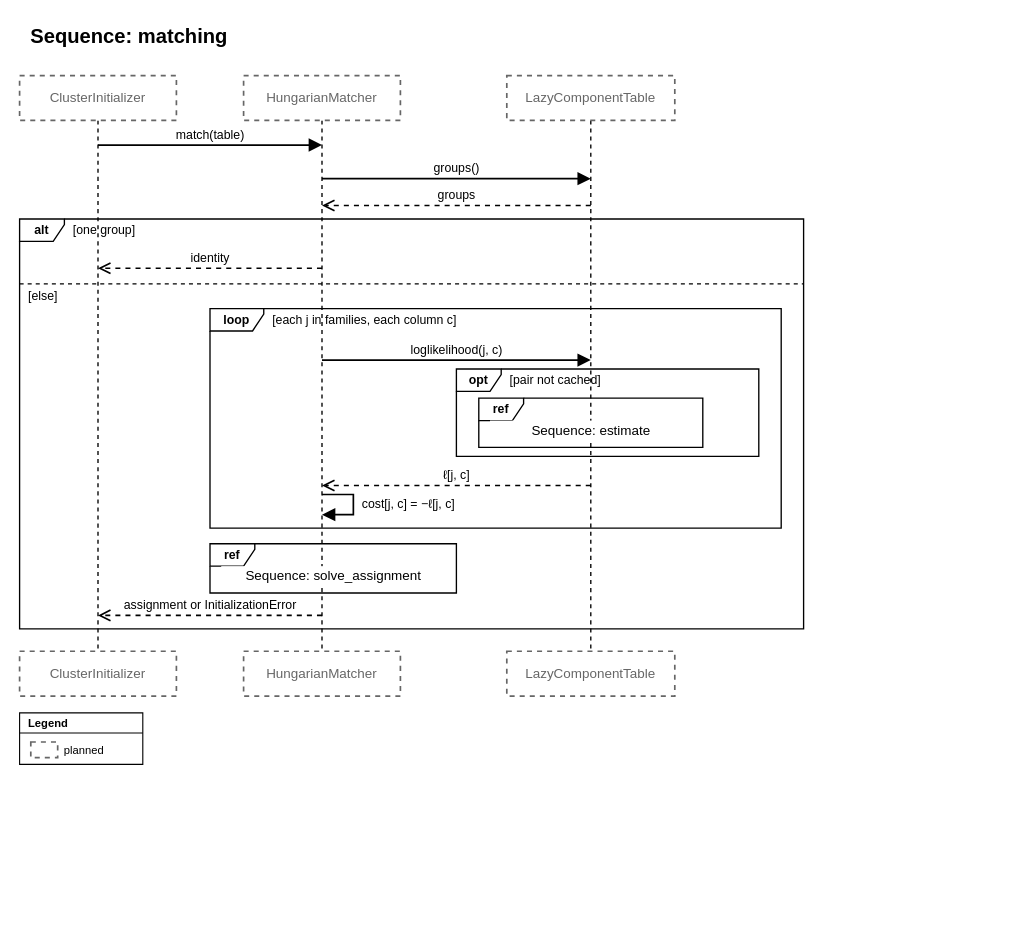
The draw.io diagram page "Sequence: matching" (4 of 7) of docs/source/design/modules/initializers/diagrams/initializers.drawio in PySATL/pysatl-mpest, before the edit. Source tidied: cells renumbered, new cells numbered last; positions are measured from the earlier drawing's top-left corner, leaving out a move shared by most shapes. Both pictures are drawn from the tidied source at 112%, with x=0, y=0 at pixel (19, 19).
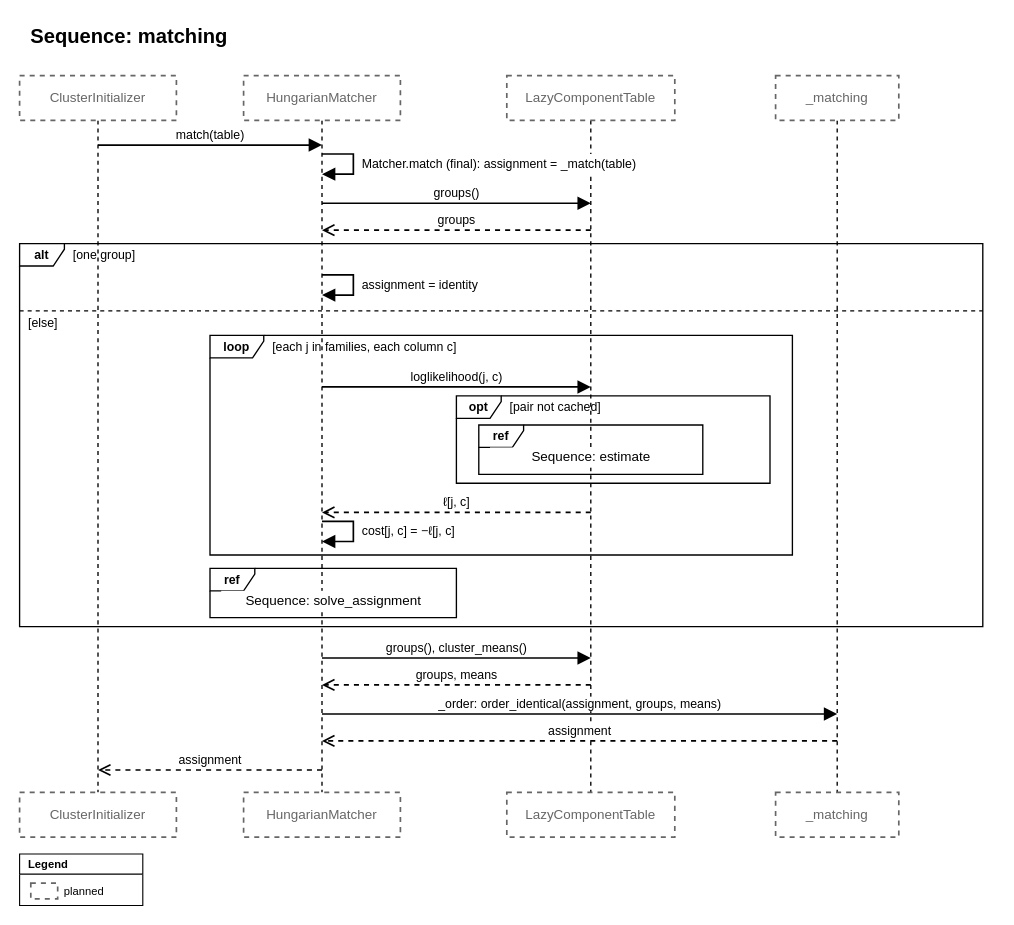
The same page after the edit.

The edit, as a diff of the source:
```diff
@@
-    <mxCell id="3" style="html=1;rounded=0;dashed=1;endArrow=none;strokeColor=#000000;strokeWidth=1.2;" parent="1" edge="1">
-      <mxGeometry relative="1" as="geometry">
-        <mxPoint x="70" y="90" as="sourcePoint" />
-        <mxPoint x="70" y="564" as="targetPoint" />
-      </mxGeometry>
-    </mxCell>
-    <mxCell id="4" value="ClusterInitializer" style="rounded=0;whiteSpace=wrap;html=1;fillColor=#ffffff;strokeColor=#666666;strokeWidth=1.5;fontSize=12;fontFamily=Helvetica;fontColor=#666666;dashed=1;" parent="1" vertex="1">
-      <mxGeometry y="50" width="140" height="40" as="geometry" />
-    </mxCell>
-    <mxCell id="5" value="ClusterInitializer" style="rounded=0;whiteSpace=wrap;html=1;fillColor=#ffffff;strokeColor=#666666;strokeWidth=1.5;fontSize=12;fontFamily=Helvetica;fontColor=#666666;dashed=1;" parent="1" vertex="1">
-      <mxGeometry y="564" width="140" height="40" as="geometry" />
-    </mxCell>
-    <mxCell id="6" style="html=1;rounded=0;dashed=1;endArrow=none;strokeColor=#000000;strokeWidth=1.2;" parent="1" edge="1">
-      <mxGeometry relative="1" as="geometry">
-        <mxPoint x="270" y="90" as="sourcePoint" />
-        <mxPoint x="270" y="564" as="targetPoint" />
-      </mxGeometry>
-    </mxCell>
+    <mxCell id="36" style="html=1;rounded=0;dashed=1;endArrow=none;strokeColor=#000000;strokeWidth=1.2;" parent="1" edge="1">
+      <mxGeometry relative="1" as="geometry">
+        <mxPoint x="70" y="90" as="sourcePoint" />
+        <mxPoint x="70" y="690" as="targetPoint" />
+      </mxGeometry>
+    </mxCell>
+    <mxCell id="11" value="ClusterInitializer" style="rounded=0;whiteSpace=wrap;html=1;fillColor=#ffffff;strokeColor=#666666;strokeWidth=1.5;fontSize=12;fontFamily=Helvetica;fontColor=#666666;dashed=1;" parent="1" vertex="1">
+      <mxGeometry y="50" width="140" height="40" as="geometry" />
+    </mxCell>
+    <mxCell id="37" value="ClusterInitializer" style="rounded=0;whiteSpace=wrap;html=1;fillColor=#ffffff;strokeColor=#666666;strokeWidth=1.5;fontSize=12;fontFamily=Helvetica;fontColor=#666666;dashed=1;" parent="1" vertex="1">
+      <mxGeometry y="690" width="140" height="40" as="geometry" />
+    </mxCell>
+    <mxCell id="38" style="html=1;rounded=0;dashed=1;endArrow=none;strokeColor=#000000;strokeWidth=1.2;" parent="1" edge="1">
+      <mxGeometry relative="1" as="geometry">
+        <mxPoint x="270" y="90" as="sourcePoint" />
+        <mxPoint x="270" y="690" as="targetPoint" />
+      </mxGeometry>
+    </mxCell>
@@
     <mxCell id="8" value="HungarianMatcher" style="rounded=0;whiteSpace=wrap;html=1;fillColor=#ffffff;strokeColor=#666666;strokeWidth=1.5;fontSize=12;fontFamily=Helvetica;fontColor=#666666;dashed=1;" parent="1" vertex="1">
-      <mxGeometry x="200" y="564" width="140" height="40" as="geometry" />
+      <mxGeometry x="200" y="690" width="140" height="40" as="geometry" />
     </mxCell>
-    <mxCell id="9" style="html=1;rounded=0;dashed=1;endArrow=none;strokeColor=#000000;strokeWidth=1.2;" parent="1" edge="1">
-      <mxGeometry relative="1" as="geometry">
-        <mxPoint x="510" y="90" as="sourcePoint" />
-        <mxPoint x="510" y="564" as="targetPoint" />
-      </mxGeometry>
-    </mxCell>
+    <mxCell id="39" style="html=1;rounded=0;dashed=1;endArrow=none;strokeColor=#000000;strokeWidth=1.2;" parent="1" edge="1">
+      <mxGeometry relative="1" as="geometry">
+        <mxPoint x="510" y="90" as="sourcePoint" />
+        <mxPoint x="510" y="690" as="targetPoint" />
+      </mxGeometry>
+    </mxCell>
@@
-    <mxCell id="11" value="LazyComponentTable" style="rounded=0;whiteSpace=wrap;html=1;fillColor=#ffffff;strokeColor=#666666;strokeWidth=1.5;fontSize=12;fontFamily=Helvetica;fontColor=#666666;dashed=1;" parent="1" vertex="1">
-      <mxGeometry x="435" y="564" width="150" height="40" as="geometry" />
-    </mxCell>
+    <mxCell id="40" value="LazyComponentTable" style="rounded=0;whiteSpace=wrap;html=1;fillColor=#ffffff;strokeColor=#666666;strokeWidth=1.5;fontSize=12;fontFamily=Helvetica;fontColor=#666666;dashed=1;" parent="1" vertex="1">
+      <mxGeometry x="435" y="690" width="150" height="40" as="geometry" />
+    </mxCell>
+    <mxCell id="41" style="html=1;rounded=0;dashed=1;endArrow=none;strokeColor=#000000;strokeWidth=1.2;" parent="1" edge="1">
+      <mxGeometry relative="1" as="geometry">
+        <mxPoint x="730" y="90" as="sourcePoint" />
+        <mxPoint x="730" y="690" as="targetPoint" />
+      </mxGeometry>
+    </mxCell>
+    <mxCell id="42" value="_matching" style="rounded=0;whiteSpace=wrap;html=1;fillColor=#ffffff;strokeColor=#666666;strokeWidth=1.5;fontSize=12;fontFamily=Helvetica;fontColor=#666666;dashed=1;" parent="1" vertex="1">
+      <mxGeometry x="675" y="50" width="110" height="40" as="geometry" />
+    </mxCell>
+    <mxCell id="43" value="_matching" style="rounded=0;whiteSpace=wrap;html=1;fillColor=#ffffff;strokeColor=#666666;strokeWidth=1.5;fontSize=12;fontFamily=Helvetica;fontColor=#666666;dashed=1;" parent="1" vertex="1">
+      <mxGeometry x="675" y="690" width="110" height="40" as="geometry" />
+    </mxCell>
@@
+    <mxCell id="44" style="endArrow=block;endFill=1;html=1;rounded=0;endSize=8;strokeColor=#000000;strokeWidth=1.5;fontSize=11;labelBackgroundColor=#ffffff;fontFamily=Helvetica;fontColor=#000000;" parent="1" edge="1">
+      <mxGeometry relative="1" as="geometry">
+        <mxPoint x="270" y="120" as="sourcePoint" />
+        <mxPoint x="270" y="138" as="targetPoint" />
+        <Array as="points">
+          <mxPoint x="298" y="120" />
+          <mxPoint x="298" y="138" />
+        </Array>
+      </mxGeometry>
+    </mxCell>
+    <mxCell id="45" value="Matcher.match (final): assignment = _match(table)" style="text;html=1;align=left;verticalAlign=middle;spacing=0;spacingLeft=2;spacingRight=2;fontSize=11;fillColor=#ffffff;fontFamily=Helvetica;fontColor=#000000;" parent="1" vertex="1">
+      <mxGeometry x="304" y="120" width="320" height="18" as="geometry" />
+    </mxCell>
     <mxCell id="13" value="groups()" style="endArrow=block;endFill=1;html=1;rounded=0;endSize=8;strokeColor=#000000;strokeWidth=1.5;fontSize=11;verticalAlign=bottom;labelBackgroundColor=#ffffff;fontFamily=Helvetica;fontColor=#000000;" parent="1" edge="1">
       <mxGeometry relative="1" as="geometry">
-        <mxPoint x="270" y="142" as="sourcePoint" />
-        <mxPoint x="510" y="142" as="targetPoint" />
+        <mxPoint x="270" y="164" as="sourcePoint" />
+        <mxPoint x="510" y="164" as="targetPoint" />
       </mxGeometry>
     </mxCell>
     <mxCell id="14" value="groups" style="dashed=1;endArrow=open;endFill=0;html=1;rounded=0;endSize=8;strokeColor=#000000;strokeWidth=1.5;fontSize=11;verticalAlign=bottom;labelBackgroundColor=#ffffff;fontFamily=Helvetica;fontColor=#000000;" parent="1" edge="1">
       <mxGeometry relative="1" as="geometry">
-        <mxPoint x="510" y="166" as="sourcePoint" />
-        <mxPoint x="270" y="166" as="targetPoint" />
+        <mxPoint x="510" y="188" as="sourcePoint" />
+        <mxPoint x="270" y="188" as="targetPoint" />
       </mxGeometry>
     </mxCell>
     <mxCell id="15" value="alt" style="shape=umlFrame;whiteSpace=wrap;html=1;fillColor=none;strokeColor=#000000;strokeWidth=1.2;fontSize=11;fontStyle=1;width=40;height=20;fontFamily=Helvetica;fontColor=#000000;" parent="1" vertex="1">
-      <mxGeometry y="178" width="700" height="366" as="geometry" />
+      <mxGeometry y="200" width="860" height="342" as="geometry" />
     </mxCell>
     <mxCell id="16" value="[one group]" style="text;html=1;align=left;verticalAlign=middle;spacing=0;fontSize=11;fontFamily=Helvetica;fontColor=#000000;" parent="1" vertex="1">
-      <mxGeometry x="48" y="180" width="648" height="16" as="geometry" />
+      <mxGeometry x="48" y="202" width="808" height="16" as="geometry" />
     </mxCell>
-    <mxCell id="17" value="identity" style="dashed=1;endArrow=open;endFill=0;html=1;rounded=0;endSize=8;strokeColor=#000000;strokeWidth=1.5;fontSize=11;verticalAlign=bottom;labelBackgroundColor=#ffffff;fontFamily=Helvetica;fontColor=#000000;" parent="1" edge="1">
-      <mxGeometry relative="1" as="geometry">
-        <mxPoint x="270" y="222" as="sourcePoint" />
-        <mxPoint x="70" y="222" as="targetPoint" />
-      </mxGeometry>
-    </mxCell>
-    <mxCell id="18" style="html=1;rounded=0;dashed=1;endArrow=none;strokeColor=#000000;strokeWidth=1.2;" parent="1" edge="1">
-      <mxGeometry relative="1" as="geometry">
-        <mxPoint y="236" as="sourcePoint" />
-        <mxPoint x="700" y="236" as="targetPoint" />
-      </mxGeometry>
-    </mxCell>
+    <mxCell id="46" style="endArrow=block;endFill=1;html=1;rounded=0;endSize=8;strokeColor=#000000;strokeWidth=1.5;fontSize=11;labelBackgroundColor=#ffffff;fontFamily=Helvetica;fontColor=#000000;" parent="1" edge="1">
+      <mxGeometry relative="1" as="geometry">
+        <mxPoint x="270" y="228" as="sourcePoint" />
+        <mxPoint x="270" y="246" as="targetPoint" />
+        <Array as="points">
+          <mxPoint x="298" y="228" />
+          <mxPoint x="298" y="246" />
+        </Array>
+      </mxGeometry>
+    </mxCell>
+    <mxCell id="47" value="assignment = identity" style="text;html=1;align=left;verticalAlign=middle;spacing=0;spacingLeft=2;spacingRight=2;fontSize=11;fillColor=#ffffff;fontFamily=Helvetica;fontColor=#000000;" parent="1" vertex="1">
+      <mxGeometry x="304" y="228" width="150" height="18" as="geometry" />
+    </mxCell>
+    <mxCell id="48" style="html=1;rounded=0;dashed=1;endArrow=none;strokeColor=#000000;strokeWidth=1.2;" parent="1" edge="1">
+      <mxGeometry relative="1" as="geometry">
+        <mxPoint y="260" as="sourcePoint" />
+        <mxPoint x="860" y="260" as="targetPoint" />
+      </mxGeometry>
+    </mxCell>
     <mxCell id="19" value="[else]" style="text;html=1;align=left;verticalAlign=middle;spacing=0;fontSize=11;fontFamily=Helvetica;fontColor=#000000;" parent="1" vertex="1">
-      <mxGeometry x="8" y="239" width="684" height="16" as="geometry" />
+      <mxGeometry x="8" y="263" width="844" height="16" as="geometry" />
     </mxCell>
-    <mxCell id="20" value="loop" style="shape=umlFrame;whiteSpace=wrap;html=1;fillColor=none;strokeColor=#000000;strokeWidth=1.2;fontSize=11;fontStyle=1;width=48;height=20;fontFamily=Helvetica;fontColor=#000000;" parent="1" vertex="1">
-      <mxGeometry x="170" y="258" width="510" height="196" as="geometry" />
-    </mxCell>
-    <mxCell id="21" value="[each j in families, each column c]" style="text;html=1;align=left;verticalAlign=middle;spacing=0;fontSize=11;fontFamily=Helvetica;fontColor=#000000;" parent="1" vertex="1">
-      <mxGeometry x="226" y="260" width="450" height="16" as="geometry" />
-    </mxCell>
-    <mxCell id="22" value="loglikelihood(j, c)" style="endArrow=block;endFill=1;html=1;rounded=0;endSize=8;strokeColor=#000000;strokeWidth=1.5;fontSize=11;verticalAlign=bottom;labelBackgroundColor=#ffffff;fontFamily=Helvetica;fontColor=#000000;" parent="1" edge="1">
-      <mxGeometry relative="1" as="geometry">
-        <mxPoint x="270" y="304" as="sourcePoint" />
-        <mxPoint x="510" y="304" as="targetPoint" />
-      </mxGeometry>
-    </mxCell>
-    <mxCell id="23" value="opt" style="shape=umlFrame;whiteSpace=wrap;html=1;fillColor=none;strokeColor=#000000;strokeWidth=1.2;fontSize=11;fontStyle=1;width=40;height=20;fontFamily=Helvetica;fontColor=#000000;" parent="1" vertex="1">
-      <mxGeometry x="390" y="312" width="270" height="78" as="geometry" />
+    <mxCell id="23" value="loop" style="shape=umlFrame;whiteSpace=wrap;html=1;fillColor=none;strokeColor=#000000;strokeWidth=1.2;fontSize=11;fontStyle=1;width=48;height=20;fontFamily=Helvetica;fontColor=#000000;" parent="1" vertex="1">
+      <mxGeometry x="170" y="282" width="520" height="196" as="geometry" />
     </mxCell>
-    <mxCell id="24" value="[pair not cached]" style="text;html=1;align=left;verticalAlign=middle;spacing=0;fontSize=11;fontFamily=Helvetica;fontColor=#000000;" parent="1" vertex="1">
-      <mxGeometry x="438" y="314" width="218" height="16" as="geometry" />
+    <mxCell id="24" value="[each j in families, each column c]" style="text;html=1;align=left;verticalAlign=middle;spacing=0;fontSize=11;fontFamily=Helvetica;fontColor=#000000;" parent="1" vertex="1">
+      <mxGeometry x="226" y="284" width="460" height="16" as="geometry" />
     </mxCell>
-    <mxCell id="25" value="ref" style="shape=umlFrame;whiteSpace=wrap;html=1;fillColor=none;strokeColor=#000000;strokeWidth=1.2;fontSize=11;fontStyle=1;width=40;height=20;fontFamily=Helvetica;fontColor=#000000;" parent="1" vertex="1">
-      <mxGeometry x="410" y="338" width="200" height="44" as="geometry" />
-    </mxCell>
+    <mxCell id="22" value="loglikelihood(j, c)" style="endArrow=block;endFill=1;html=1;rounded=0;endSize=8;strokeColor=#000000;strokeWidth=1.5;fontSize=11;verticalAlign=bottom;labelBackgroundColor=#ffffff;fontFamily=Helvetica;fontColor=#000000;" parent="1" edge="1">
+      <mxGeometry relative="1" as="geometry">
+        <mxPoint x="270" y="328" as="sourcePoint" />
+        <mxPoint x="510" y="328" as="targetPoint" />
+      </mxGeometry>
+    </mxCell>
+    <mxCell id="49" value="opt" style="shape=umlFrame;whiteSpace=wrap;html=1;fillColor=none;strokeColor=#000000;strokeWidth=1.2;fontSize=11;fontStyle=1;width=40;height=20;fontFamily=Helvetica;fontColor=#000000;" parent="1" vertex="1">
+      <mxGeometry x="390" y="336" width="280" height="78" as="geometry" />
+    </mxCell>
+    <mxCell id="50" value="[pair not cached]" style="text;html=1;align=left;verticalAlign=middle;spacing=0;fontSize=11;fontFamily=Helvetica;fontColor=#000000;" parent="1" vertex="1">
+      <mxGeometry x="438" y="338" width="228" height="16" as="geometry" />
+    </mxCell>
+    <mxCell id="51" value="ref" style="shape=umlFrame;whiteSpace=wrap;html=1;fillColor=none;strokeColor=#000000;strokeWidth=1.2;fontSize=11;fontStyle=1;width=40;height=20;fontFamily=Helvetica;fontColor=#000000;" parent="1" vertex="1">
+      <mxGeometry x="410" y="362" width="200" height="44" as="geometry" />
+    </mxCell>
     <mxCell id="26" value="Sequence: estimate" style="text;html=1;align=center;verticalAlign=middle;spacing=0;fontSize=12;fillColor=#ffffff;fontFamily=Helvetica;fontColor=#000000;" parent="1" vertex="1">
-      <mxGeometry x="420" y="358" width="180" height="18" as="geometry" />
+      <mxGeometry x="420" y="382" width="180" height="18" as="geometry" />
     </mxCell>
     <mxCell id="27" value="ℓ[j, c]" style="dashed=1;endArrow=open;endFill=0;html=1;rounded=0;endSize=8;strokeColor=#000000;strokeWidth=1.5;fontSize=11;verticalAlign=bottom;labelBackgroundColor=#ffffff;fontFamily=Helvetica;fontColor=#000000;" parent="1" edge="1">
       <mxGeometry relative="1" as="geometry">
-        <mxPoint x="510" y="416" as="sourcePoint" />
-        <mxPoint x="270" y="416" as="targetPoint" />
+        <mxPoint x="510" y="440" as="sourcePoint" />
+        <mxPoint x="270" y="440" as="targetPoint" />
       </mxGeometry>
     </mxCell>
-    <mxCell id="28" style="endArrow=block;endFill=1;html=1;rounded=0;endSize=8;strokeColor=#000000;strokeWidth=1.5;fontSize=11;labelBackgroundColor=#ffffff;fontFamily=Helvetica;fontColor=#000000;" parent="1" edge="1">
-      <mxGeometry relative="1" as="geometry">
-        <mxPoint x="270" y="424" as="sourcePoint" />
-        <mxPoint x="270" y="442" as="targetPoint" />
-        <Array as="points">
-          <mxPoint x="298" y="424" />
-          <mxPoint x="298" y="442" />
-        </Array>
-      </mxGeometry>
-    </mxCell>
+    <mxCell id="52" style="endArrow=block;endFill=1;html=1;rounded=0;endSize=8;strokeColor=#000000;strokeWidth=1.5;fontSize=11;labelBackgroundColor=#ffffff;fontFamily=Helvetica;fontColor=#000000;" parent="1" edge="1">
+      <mxGeometry relative="1" as="geometry">
+        <mxPoint x="270" y="448" as="sourcePoint" />
+        <mxPoint x="270" y="466" as="targetPoint" />
+        <Array as="points">
+          <mxPoint x="298" y="448" />
+          <mxPoint x="298" y="466" />
+        </Array>
+      </mxGeometry>
+    </mxCell>
     <mxCell id="29" value="cost[j, c] = −ℓ[j, c]" style="text;html=1;align=left;verticalAlign=middle;spacing=0;spacingLeft=2;spacingRight=2;fontSize=11;fillColor=#ffffff;fontFamily=Helvetica;fontColor=#000000;" parent="1" vertex="1">
-      <mxGeometry x="304" y="424" width="140" height="18" as="geometry" />
+      <mxGeometry x="304" y="448" width="140" height="18" as="geometry" />
     </mxCell>
-    <mxCell id="30" value="ref" style="shape=umlFrame;whiteSpace=wrap;html=1;fillColor=none;strokeColor=#000000;strokeWidth=1.2;fontSize=11;fontStyle=1;width=40;height=20;fontFamily=Helvetica;fontColor=#000000;" parent="1" vertex="1">
-      <mxGeometry x="170" y="468" width="220" height="44" as="geometry" />
-    </mxCell>
+    <mxCell id="53" value="ref" style="shape=umlFrame;whiteSpace=wrap;html=1;fillColor=none;strokeColor=#000000;strokeWidth=1.2;fontSize=11;fontStyle=1;width=40;height=20;fontFamily=Helvetica;fontColor=#000000;" parent="1" vertex="1">
+      <mxGeometry x="170" y="490" width="220" height="44" as="geometry" />
+    </mxCell>
     <mxCell id="31" value="Sequence: solve_assignment" style="text;html=1;align=center;verticalAlign=middle;spacing=0;fontSize=12;fillColor=#ffffff;fontFamily=Helvetica;fontColor=#000000;" parent="1" vertex="1">
-      <mxGeometry x="180" y="488" width="200" height="18" as="geometry" />
+      <mxGeometry x="180" y="510" width="200" height="18" as="geometry" />
     </mxCell>
-    <mxCell id="32" value="assignment or InitializationError" style="dashed=1;endArrow=open;endFill=0;html=1;rounded=0;endSize=8;strokeColor=#000000;strokeWidth=1.5;fontSize=11;verticalAlign=bottom;labelBackgroundColor=#ffffff;fontFamily=Helvetica;fontColor=#000000;" parent="1" edge="1">
-      <mxGeometry relative="1" as="geometry">
-        <mxPoint x="270" y="532" as="sourcePoint" />
-        <mxPoint x="70" y="532" as="targetPoint" />
-      </mxGeometry>
-    </mxCell>
+    <mxCell id="54" value="groups(), cluster_means()" style="endArrow=block;endFill=1;html=1;rounded=0;endSize=8;strokeColor=#000000;strokeWidth=1.5;fontSize=11;verticalAlign=bottom;labelBackgroundColor=#ffffff;fontFamily=Helvetica;fontColor=#000000;" parent="1" edge="1">
+      <mxGeometry relative="1" as="geometry">
+        <mxPoint x="270" y="570" as="sourcePoint" />
+        <mxPoint x="510" y="570" as="targetPoint" />
+      </mxGeometry>
+    </mxCell>
+    <mxCell id="55" value="groups, means" style="dashed=1;endArrow=open;endFill=0;html=1;rounded=0;endSize=8;strokeColor=#000000;strokeWidth=1.5;fontSize=11;verticalAlign=bottom;labelBackgroundColor=#ffffff;fontFamily=Helvetica;fontColor=#000000;" parent="1" edge="1">
+      <mxGeometry relative="1" as="geometry">
+        <mxPoint x="510" y="594" as="sourcePoint" />
+        <mxPoint x="270" y="594" as="targetPoint" />
+      </mxGeometry>
+    </mxCell>
+    <mxCell id="56" value="_order: order_identical(assignment, groups, means)" style="endArrow=block;endFill=1;html=1;rounded=0;endSize=8;strokeColor=#000000;strokeWidth=1.5;fontSize=11;verticalAlign=bottom;labelBackgroundColor=#ffffff;fontFamily=Helvetica;fontColor=#000000;" parent="1" edge="1">
+      <mxGeometry relative="1" as="geometry">
+        <mxPoint x="270" y="620" as="sourcePoint" />
+        <mxPoint x="730" y="620" as="targetPoint" />
+      </mxGeometry>
+    </mxCell>
+    <mxCell id="57" value="assignment" style="dashed=1;endArrow=open;endFill=0;html=1;rounded=0;endSize=8;strokeColor=#000000;strokeWidth=1.5;fontSize=11;verticalAlign=bottom;labelBackgroundColor=#ffffff;fontFamily=Helvetica;fontColor=#000000;" parent="1" edge="1">
+      <mxGeometry relative="1" as="geometry">
+        <mxPoint x="730" y="644" as="sourcePoint" />
+        <mxPoint x="270" y="644" as="targetPoint" />
+      </mxGeometry>
+    </mxCell>
+    <mxCell id="58" value="assignment" style="dashed=1;endArrow=open;endFill=0;html=1;rounded=0;endSize=8;strokeColor=#000000;strokeWidth=1.5;fontSize=11;verticalAlign=bottom;labelBackgroundColor=#ffffff;fontFamily=Helvetica;fontColor=#000000;" parent="1" edge="1">
+      <mxGeometry relative="1" as="geometry">
+        <mxPoint x="270" y="670" as="sourcePoint" />
+        <mxPoint x="70" y="670" as="targetPoint" />
+      </mxGeometry>
+    </mxCell>
     <mxCell id="33" value="Legend" style="swimlane;startSize=18;html=1;fontSize=10;fontStyle=1;align=left;spacingLeft=6;fillColor=none;swimlaneFillColor=#ffffff;strokeColor=#000000;strokeWidth=1;fontFamily=Helvetica;fontColor=#000000;" parent="1" vertex="1">
-      <mxGeometry y="619" width="110" height="46" as="geometry" />
+      <mxGeometry y="745" width="110" height="46" as="geometry" />
     </mxCell>
-    <mxCell id="34" style="rounded=0;whiteSpace=wrap;html=1;fillColor=#ffffff;strokeColor=#666666;strokeWidth=1.5;dashed=1;" parent="1" vertex="1">
-      <mxGeometry x="10" y="645" width="24" height="14" as="geometry" />
-    </mxCell>
+    <mxCell id="59" style="rounded=0;whiteSpace=wrap;html=1;fillColor=#ffffff;strokeColor=#666666;strokeWidth=1.5;dashed=1;" parent="1" vertex="1">
+      <mxGeometry x="10" y="771" width="24" height="14" as="geometry" />
+    </mxCell>
     <mxCell id="35" value="planned" style="text;html=1;align=left;verticalAlign=middle;spacing=0;fontSize=10;fontFamily=Helvetica;fontColor=#000000;" parent="1" vertex="1">
-      <mxGeometry x="40" y="643" width="66" height="18" as="geometry" />
+      <mxGeometry x="40" y="769" width="66" height="18" as="geometry" />
     </mxCell>
```
